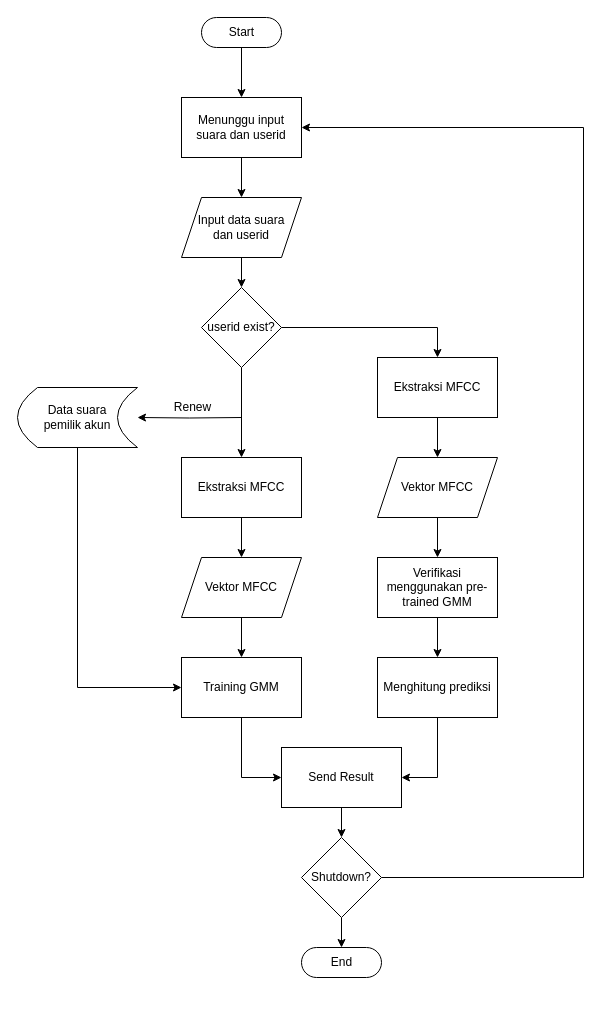
The draw.io diagram Skema/API GMM.drawio in karageee/Login-system-and-gmm-voice-auth, before the edit. Source tidied: cells renumbered, new cells numbered last; positions are measured from the earlier drawing's top-left corner, leaving out a move shared by most shapes. Both pictures are drawn from the tidied source at 100%, with x=0, y=0 at pixel (17, 17).
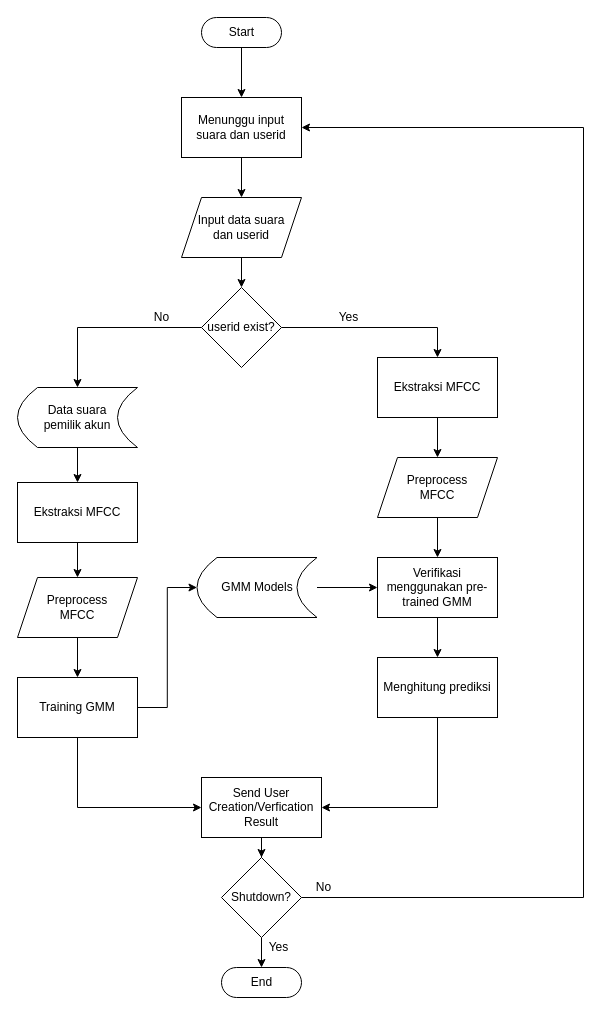
The same diagram, later.

The change refers to these unchanged cells:
```xml
<mxCell id="5" value="Menunggu input suara dan userid" style="rounded=0;whiteSpace=wrap;html=1;" parent="1" vertex="1">
  <mxGeometry x="164" y="80" width="120" height="60" as="geometry" />
</mxCell>
<mxCell id="12" value="Data suara &lt;br&gt;pemilik akun" style="shape=dataStorage;whiteSpace=wrap;html=1;fixedSize=1;" parent="1" vertex="1">
  <mxGeometry y="370" width="120" height="60" as="geometry" />
</mxCell>
<mxCell id="20" value="userid exist?" style="rhombus;whiteSpace=wrap;html=1;" parent="1" vertex="1">
  <mxGeometry x="184" y="270" width="80" height="80" as="geometry" />
</mxCell>
<mxCell id="26" value="Verifikasi menggunakan pre-trained GMM" style="rounded=0;whiteSpace=wrap;html=1;" parent="1" vertex="1">
  <mxGeometry x="360" y="540" width="120" height="60" as="geometry" />
</mxCell>
<mxCell id="28" value="Menghitung prediksi" style="rounded=0;whiteSpace=wrap;html=1;" parent="1" vertex="1">
  <mxGeometry x="360" y="640" width="120" height="60" as="geometry" />
</mxCell>
```

What changed in the source:
```diff
@@
-    <mxCell id="6" style="edgeStyle=orthogonalEdgeStyle;rounded=0;jettySize=auto;html=1;entryX=1;entryY=0.5;entryDx=0;entryDy=0;" parent="1" edge="1" target="12">
-      <mxGeometry relative="1" as="geometry">
-        <mxPoint x="224" y="400" as="sourcePoint" />
-      </mxGeometry>
-    </mxCell>
@@
     <mxCell id="10" value="Ekstraksi MFCC" style="rounded=0;whiteSpace=wrap;html=1;" parent="1" vertex="1">
-      <mxGeometry x="164" y="440" width="120" height="60" as="geometry" />
+      <mxGeometry y="465" width="120" height="60" as="geometry" />
     </mxCell>
-    <mxCell id="11" style="edgeStyle=orthogonalEdgeStyle;rounded=0;jettySize=auto;html=1;entryX=0;entryY=0.5;entryDx=0;entryDy=0;" parent="1" edge="1" source="12" target="17">
-      <mxGeometry relative="1" as="geometry">
-        <Array as="points">
-          <mxPoint x="60" y="670" />
-        </Array>
-      </mxGeometry>
-    </mxCell>
+    <mxCell id="35" style="edgeStyle=orthogonalEdgeStyle;rounded=0;jettySize=auto;html=1;entryX=0.5;entryY=0;entryDx=0;entryDy=0;" parent="1" edge="1" source="12" target="10">
+      <mxGeometry relative="1" as="geometry" />
+    </mxCell>
@@
-    <mxCell id="13" value="Renew" style="text;html=1;align=center;verticalAlign=middle;" parent="1" vertex="1">
-      <mxGeometry x="150" y="380" width="50" height="20" as="geometry" />
-    </mxCell>
@@
-    <mxCell id="15" value="Vektor MFCC" style="shape=parallelogram;perimeter=parallelogramPerimeter;whiteSpace=wrap;html=1;fixedSize=1;" parent="1" vertex="1">
-      <mxGeometry x="164" y="540" width="120" height="60" as="geometry" />
+    <mxCell id="15" value="Preprocess&lt;br&gt;MFCC" style="shape=parallelogram;perimeter=parallelogramPerimeter;whiteSpace=wrap;html=1;fixedSize=1;" parent="1" vertex="1">
+      <mxGeometry y="560" width="120" height="60" as="geometry" />
     </mxCell>
+    <mxCell id="36" style="edgeStyle=orthogonalEdgeStyle;rounded=0;jettySize=auto;html=1;entryX=0;entryY=0.5;entryDx=0;entryDy=0;" parent="1" edge="1" source="17" target="43">
+      <mxGeometry relative="1" as="geometry" />
+    </mxCell>
     <mxCell id="16" style="edgeStyle=orthogonalEdgeStyle;rounded=0;jettySize=auto;html=1;entryX=0;entryY=0.5;entryDx=0;entryDy=0;" parent="1" edge="1" source="17" target="30">
-      <mxGeometry relative="1" as="geometry" />
+      <mxGeometry relative="1" as="geometry">
+        <Array as="points">
+          <mxPoint x="60" y="790" />
+        </Array>
+      </mxGeometry>
     </mxCell>
     <mxCell id="17" value="Training GMM" style="rounded=0;whiteSpace=wrap;html=1;" parent="1" vertex="1">
-      <mxGeometry x="164" y="640" width="120" height="60" as="geometry" />
+      <mxGeometry y="660" width="120" height="60" as="geometry" />
     </mxCell>
-    <mxCell id="18" style="edgeStyle=orthogonalEdgeStyle;rounded=0;jettySize=auto;html=1;entryX=0.5;entryY=0;entryDx=0;entryDy=0;" parent="1" edge="1" source="20" target="10">
-      <mxGeometry relative="1" as="geometry" />
-    </mxCell>
@@
+    <mxCell id="37" style="edgeStyle=orthogonalEdgeStyle;rounded=0;jettySize=auto;html=1;entryX=0.5;entryY=0;entryDx=0;entryDy=0;" parent="1" edge="1" source="20" target="12">
+      <mxGeometry relative="1" as="geometry">
+        <Array as="points">
+          <mxPoint x="60" y="310" />
+        </Array>
+      </mxGeometry>
+    </mxCell>
@@
-    <mxCell id="24" value="Vektor MFCC" style="shape=parallelogram;perimeter=parallelogramPerimeter;whiteSpace=wrap;html=1;fixedSize=1;" parent="1" vertex="1">
+    <mxCell id="24" value="Preprocess&lt;br&gt;MFCC" style="shape=parallelogram;perimeter=parallelogramPerimeter;whiteSpace=wrap;html=1;fixedSize=1;" parent="1" vertex="1">
       <mxGeometry x="360" y="440" width="120" height="60" as="geometry" />
     </mxCell>
@@
-    <mxCell id="27" style="edgeStyle=orthogonalEdgeStyle;rounded=0;jettySize=auto;html=1;entryX=1;entryY=0.5;entryDx=0;entryDy=0;" parent="1" edge="1" source="28" target="30">
-      <mxGeometry relative="1" as="geometry" />
+    <mxCell id="27" style="edgeStyle=orthogonalEdgeStyle;rounded=0;jettySize=auto;html=1;entryX=1;entryY=0.5;entryDx=0;entryDy=0;exitX=0.5;exitY=1;exitDx=0;exitDy=0;" parent="1" edge="1" source="28" target="30">
+      <mxGeometry relative="1" as="geometry">
+        <Array as="points">
+          <mxPoint x="420" y="790" />
+        </Array>
+      </mxGeometry>
     </mxCell>
@@
-    <mxCell id="30" value="Send Result" style="rounded=0;whiteSpace=wrap;html=1;" parent="1" vertex="1">
-      <mxGeometry x="264" y="730" width="120" height="60" as="geometry" />
+    <mxCell id="30" value="Send User Creation/Verfication Result" style="rounded=0;whiteSpace=wrap;html=1;" parent="1" vertex="1">
+      <mxGeometry x="184" y="760" width="120" height="60" as="geometry" />
     </mxCell>
@@
-    <mxCell id="32" style="edgeStyle=orthogonalEdgeStyle;rounded=0;jettySize=auto;html=1;entryX=1;entryY=0.5;entryDx=0;entryDy=0;" parent="1" edge="1" source="33" target="5">
+    <mxCell id="32" style="edgeStyle=orthogonalEdgeStyle;rounded=0;jettySize=auto;html=1;entryX=1;entryY=0.5;entryDx=0;entryDy=0;exitX=1;exitY=0.5;exitDx=0;exitDy=0;" parent="1" edge="1" source="33" target="5">
       <mxGeometry relative="1" as="geometry">
         <Array as="points">
-          <mxPoint x="566" y="860" />
+          <mxPoint x="566" y="880" />
           <mxPoint x="566" y="110" />
         </Array>
       </mxGeometry>
     </mxCell>
     <mxCell id="33" value="Shutdown?" style="rhombus;whiteSpace=wrap;html=1;" parent="1" vertex="1">
-      <mxGeometry x="284" y="820" width="80" height="80" as="geometry" />
+      <mxGeometry x="204" y="840" width="80" height="80" as="geometry" />
     </mxCell>
     <mxCell id="34" value="End" style="html=1;dashed=0;whitespace=wrap;shape=mxgraph.dfd.start;" parent="1" vertex="1">
-      <mxGeometry x="284" y="930" width="80" height="30" as="geometry" />
+      <mxGeometry x="204" y="950" width="80" height="30" as="geometry" />
     </mxCell>
+    <mxCell id="38" value="No" style="text;html=1;align=center;verticalAlign=middle;" parent="1" vertex="1">
+      <mxGeometry x="129" y="290" width="30" height="20" as="geometry" />
+    </mxCell>
+    <mxCell id="39" value="Yes" style="text;html=1;align=center;verticalAlign=middle;" parent="1" vertex="1">
+      <mxGeometry x="311" y="290" width="40" height="20" as="geometry" />
+    </mxCell>
+    <mxCell id="40" value="No" style="text;html=1;align=center;verticalAlign=middle;" parent="1" vertex="1">
+      <mxGeometry x="291" y="860" width="30" height="20" as="geometry" />
+    </mxCell>
+    <mxCell id="41" value="Yes" style="text;html=1;align=center;verticalAlign=middle;" parent="1" vertex="1">
+      <mxGeometry x="241" y="920" width="40" height="20" as="geometry" />
+    </mxCell>
+    <mxCell id="42" style="edgeStyle=orthogonalEdgeStyle;rounded=0;jettySize=auto;html=1;entryX=0;entryY=0.5;entryDx=0;entryDy=0;" parent="1" edge="1" source="43" target="26">
+      <mxGeometry relative="1" as="geometry" />
+    </mxCell>
+    <mxCell id="43" value="GMM Models" style="shape=dataStorage;whiteSpace=wrap;html=1;fixedSize=1;" parent="1" vertex="1">
+      <mxGeometry x="179.5" y="540" width="120" height="60" as="geometry" />
+    </mxCell>
```
